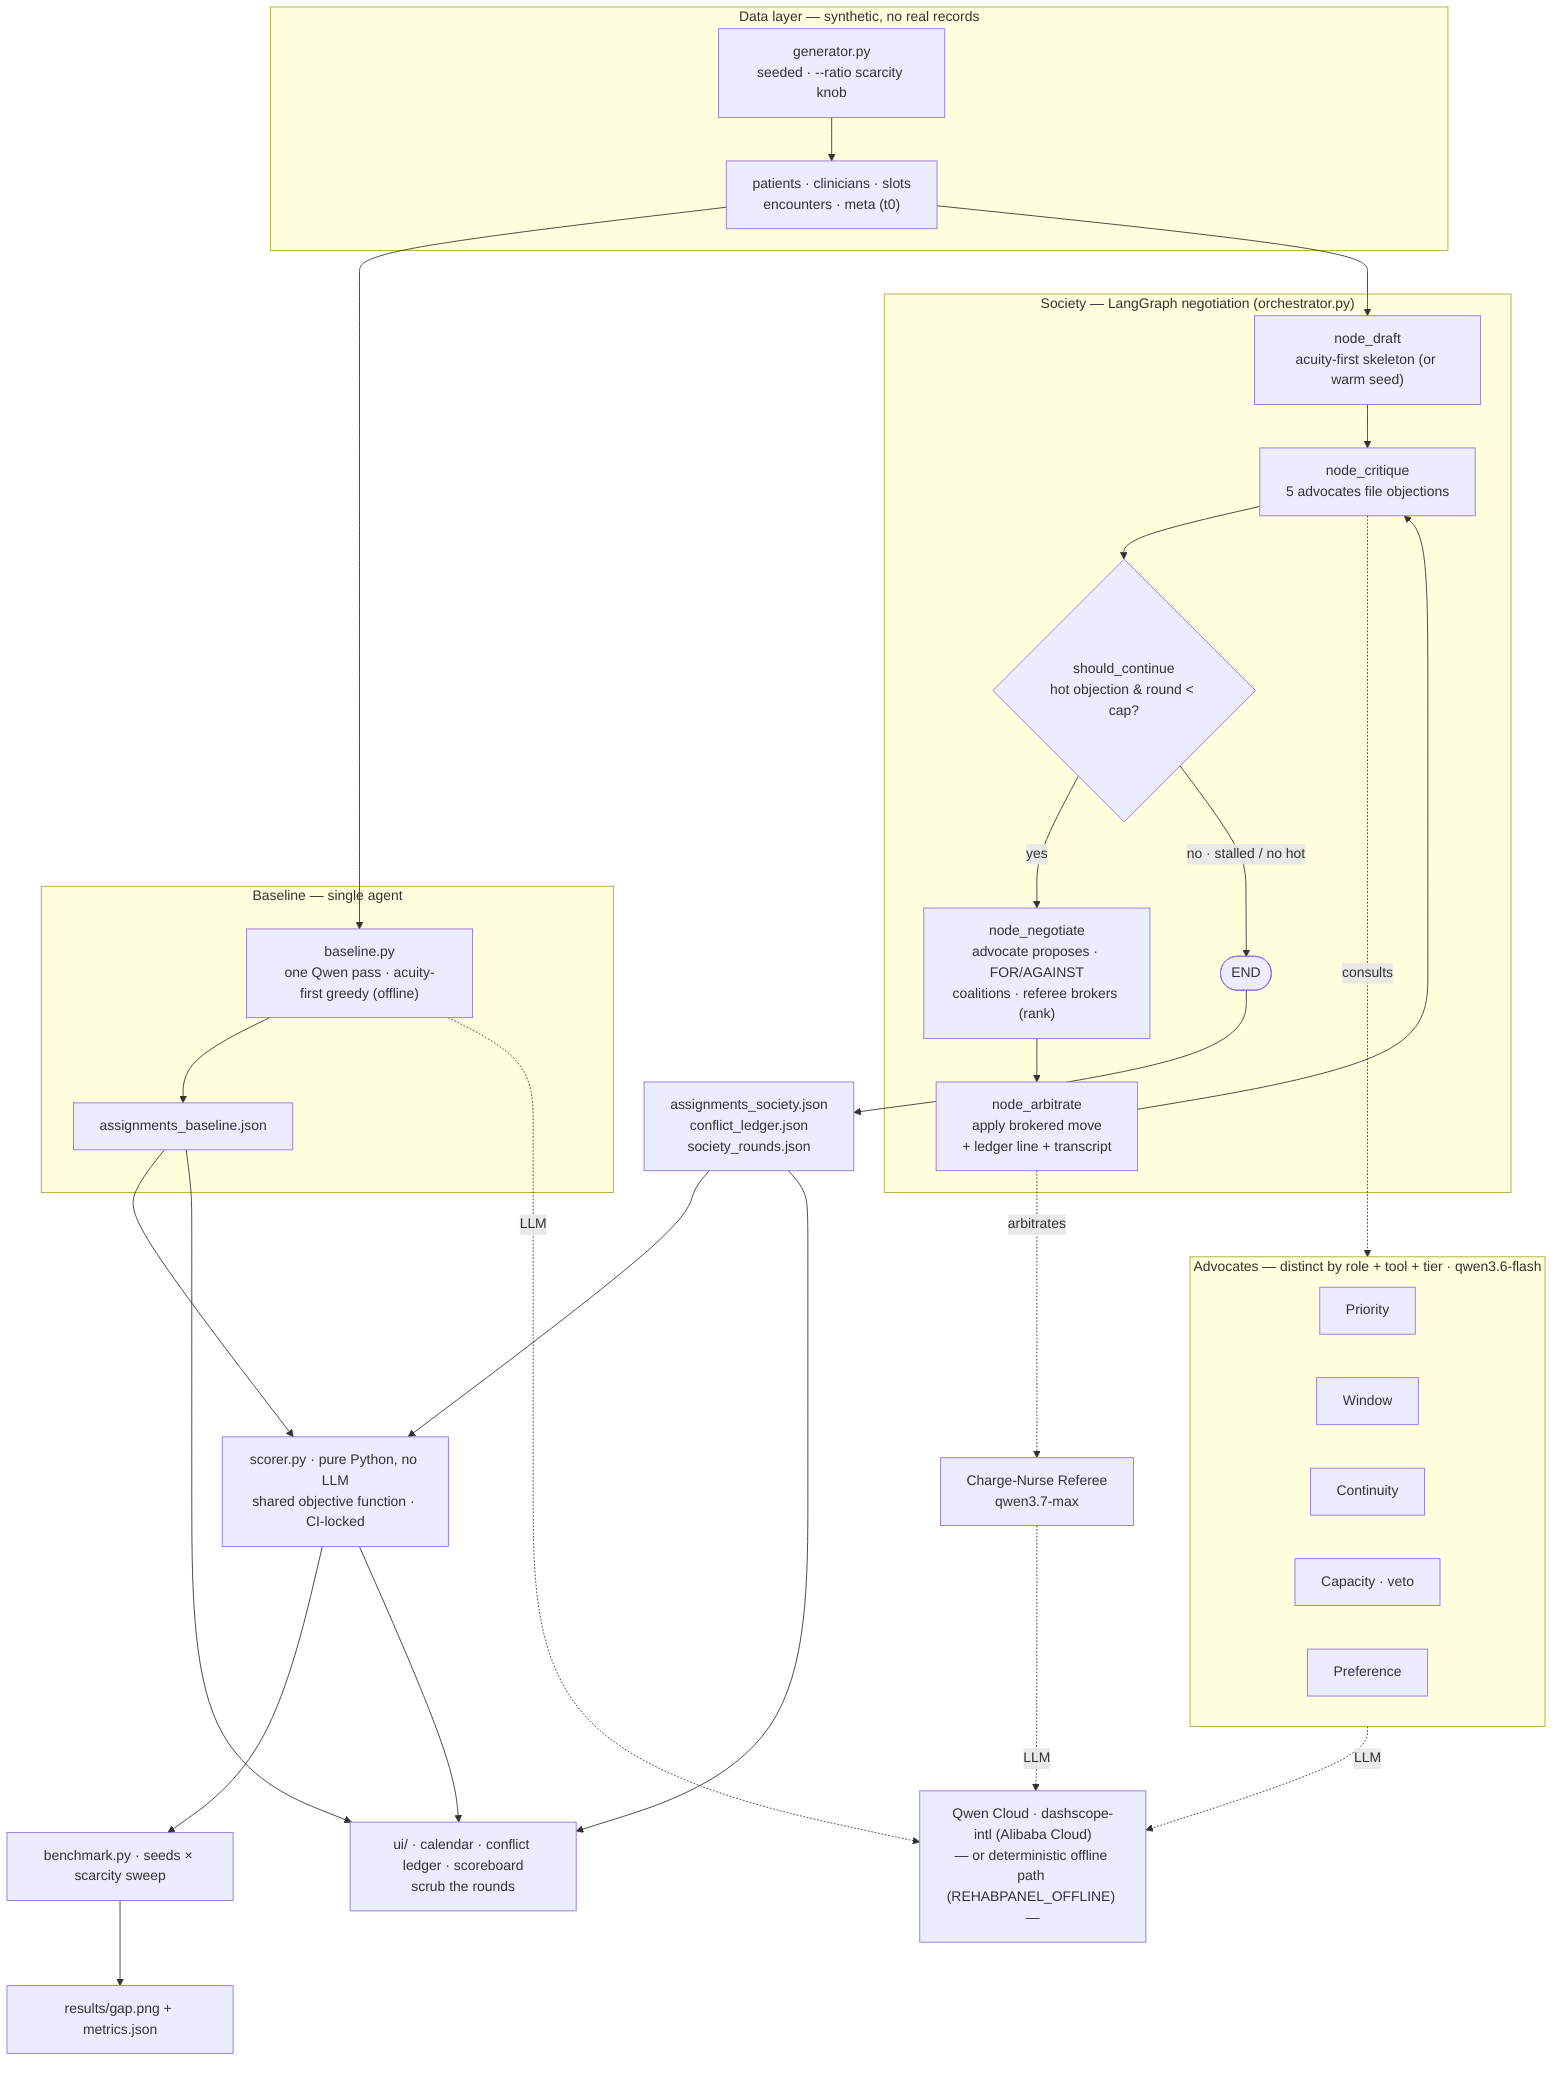
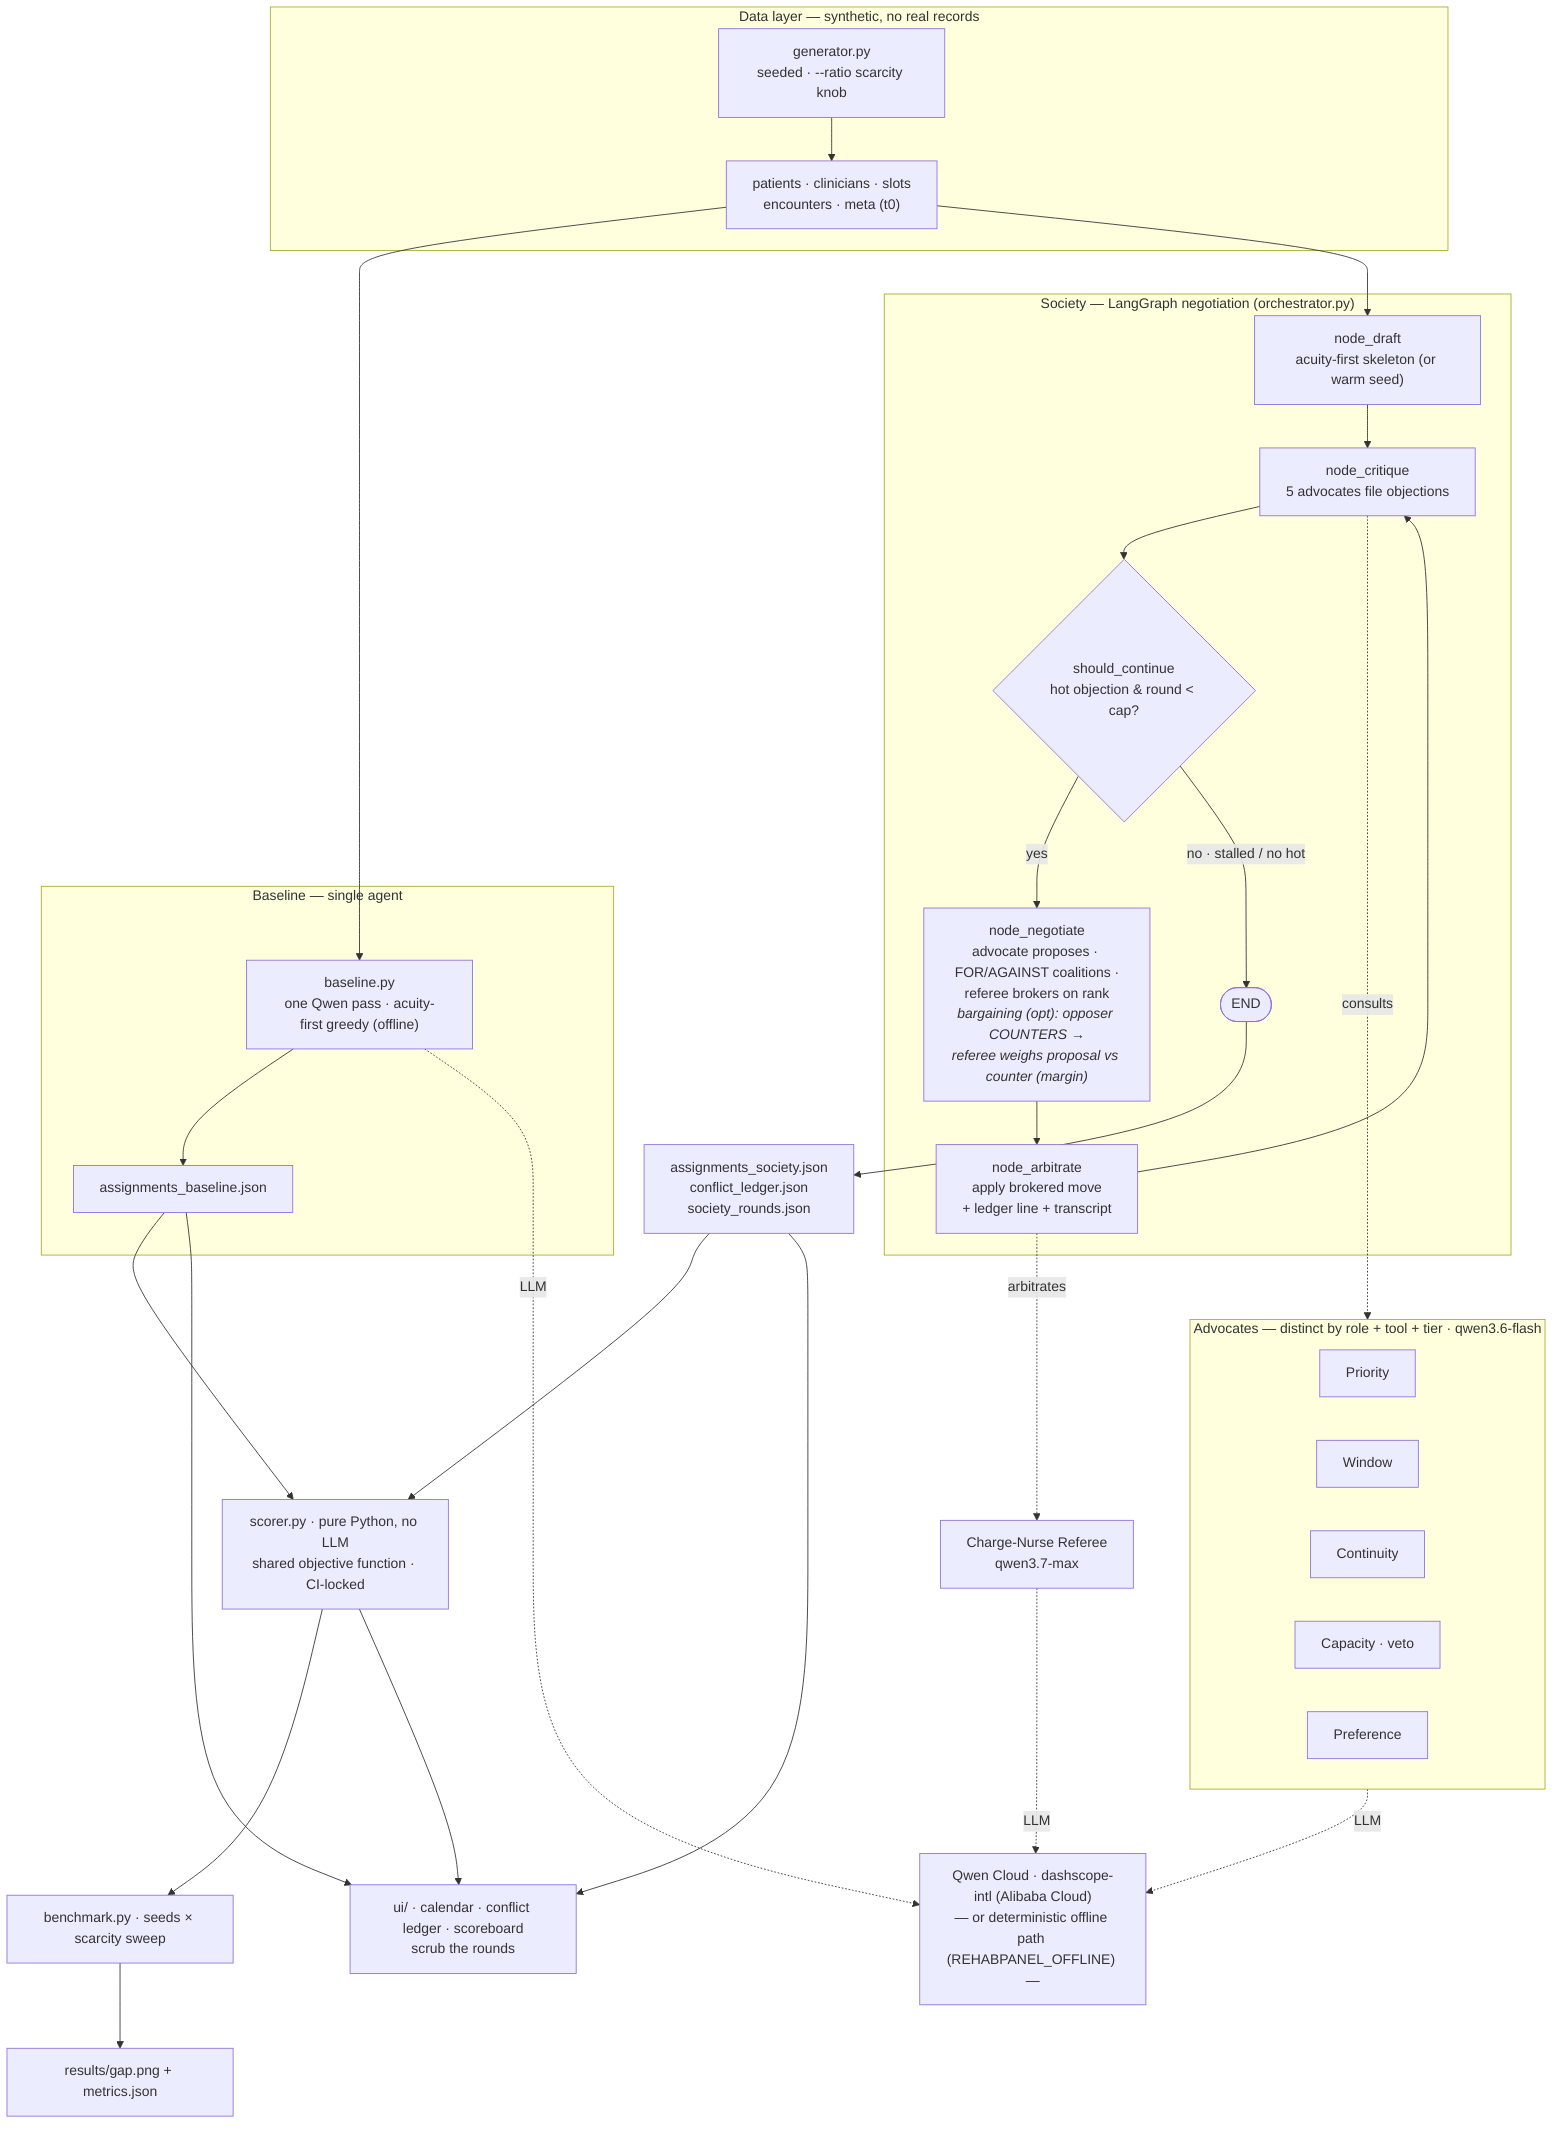
flowchart TB
    subgraph DATA["Data layer — synthetic, no real records"]
        GEN["generator.py<br/>seeded · --ratio scarcity knob"]
        TBL["patients · clinicians · slots<br/>encounters · meta (t0)"]
        GEN --> TBL
    end

    TBL --> B1
    TBL --> DR

    subgraph BASE["Baseline — single agent"]
        B1["baseline.py<br/>one Qwen pass · acuity-first greedy (offline)"]
        B1 --> BOUT["assignments_baseline.json"]
    end

    subgraph SOC["Society — LangGraph negotiation (orchestrator.py)"]
        DR["node_draft<br/>acuity-first skeleton (or warm seed)"]
        CR["node_critique<br/>5 advocates file objections"]
        CD{"should_continue<br/>hot objection &amp; round &lt; cap?"}
-         NG["node_negotiate<br/>advocate proposes · FOR/AGAINST<br/>coalitions · referee brokers (rank)"]
+         NG["node_negotiate<br/>advocate proposes · FOR/AGAINST coalitions ·<br/>referee brokers on rank<br/><i>bargaining (opt): opposer COUNTERS →<br/>referee weighs proposal vs counter (margin)</i>"]
        AR["node_arbitrate<br/>apply brokered move<br/>+ ledger line + transcript"]
        EN(["END"])
        DR --> CR
        CR --> CD
        CD -- yes --> NG
        NG --> AR
        AR --> CR
        CD -- "no · stalled / no hot" --> EN
    end

    subgraph ADV["Advocates — distinct by role + tool + tier · qwen3.6-flash"]
        A1["Priority"]
        A2["Window"]
        A3["Continuity"]
        A4["Capacity · veto"]
        A5["Preference"]
    end
    CR -. consults .-> ADV
    AR -. arbitrates .-> REF["Charge-Nurse Referee<br/>qwen3.7-max"]

    EN --> SOUT["assignments_society.json<br/>conflict_ledger.json<br/>society_rounds.json"]

    QWEN["Qwen Cloud · dashscope-intl (Alibaba Cloud)<br/>— or deterministic offline path (REHABPANEL_OFFLINE) —"]
    B1 -. LLM .-> QWEN
    ADV -. LLM .-> QWEN
    REF -. LLM .-> QWEN

    BOUT --> SCORE
    SOUT --> SCORE
    SCORE["scorer.py · pure Python, no LLM<br/>shared objective function · CI-locked"]
    SCORE --> BENCH["benchmark.py · seeds × scarcity sweep"]
    BENCH --> RES["results/gap.png + metrics.json"]

    SOUT --> UI["ui/ · calendar · conflict ledger · scoreboard<br/>scrub the rounds"]
    BOUT --> UI
    SCORE --> UI
